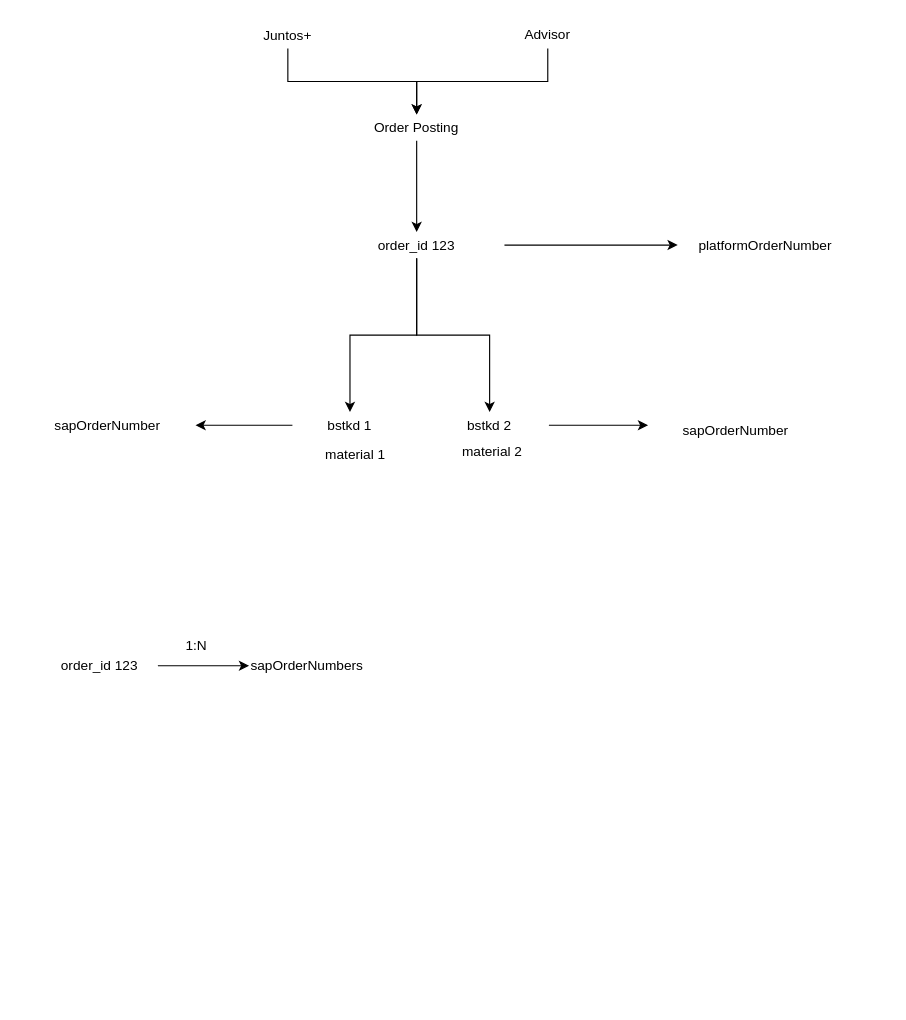
Above: OrderVisibilityTransformation.drawio in marcelatanaka-datascience/diagrams (draw.io), before the change. Source tidied: cells renumbered, new cells numbered last; positions are measured from the earlier drawing's top-left corner, leaving out a move shared by most shapes. Both pictures are drawn from the tidied source at 114%, with x=0, y=0 at pixel (19, 19). Pictures stored in the file or linked from it are replaced by grey dashed boxes.
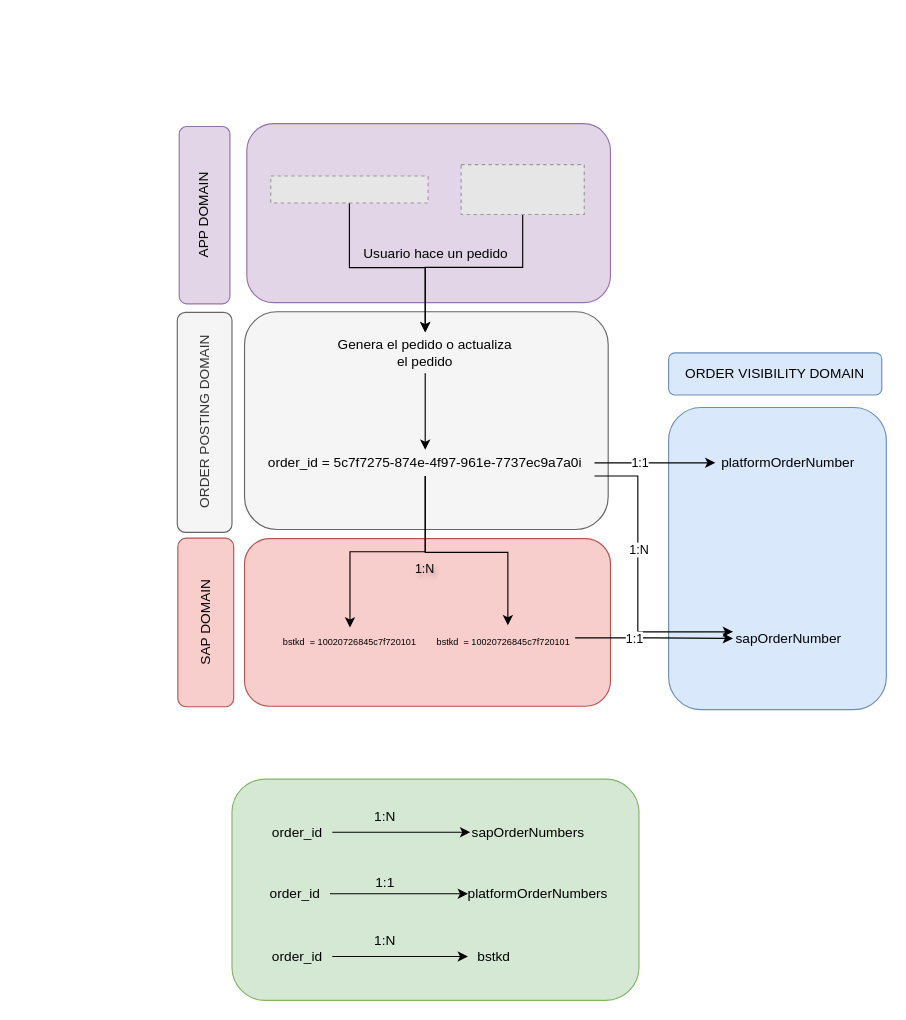
Above is the later version.

The change refers to these unchanged cells:
```xml
<mxCell id="8" style="edgeStyle=orthogonalEdgeStyle;rounded=0;jettySize=auto;html=1;" parent="1" edge="1" source="11" target="12">
  <mxGeometry relative="1" as="geometry" />
</mxCell>
```

Change to the diagram source:
```diff
@@
+    <mxCell id="25" style="rounded=1;whiteSpace=wrap;html=1;fillColor=#e1d5e7;strokeColor=#9673a6;" parent="1" vertex="1">
+      <mxGeometry x="199" y="91" width="319" height="157" as="geometry" />
+    </mxCell>
+    <mxCell id="26" style="rounded=1;whiteSpace=wrap;html=1;fillColor=#d5e8d4;strokeColor=#82b366;" parent="1" vertex="1">
+      <mxGeometry x="186" y="666" width="357" height="194" as="geometry" />
+    </mxCell>
+    <mxCell id="27" style="rounded=1;whiteSpace=wrap;html=1;fillColor=#f8cecc;strokeColor=#b85450;" parent="1" vertex="1">
+      <mxGeometry x="197" y="455" width="321" height="147" as="geometry" />
+    </mxCell>
+    <mxCell id="28" style="rounded=1;whiteSpace=wrap;html=1;fillColor=#f5f5f5;strokeColor=#666666;fontColor=#333333;" parent="1" vertex="1">
+      <mxGeometry x="197" y="256" width="319" height="191" as="geometry" />
+    </mxCell>
+    <mxCell id="29" style="rounded=1;whiteSpace=wrap;html=1;fillColor=#dae8fc;strokeColor=#6c8ebf;" parent="1" vertex="1">
+      <mxGeometry x="569" y="340" width="191" height="265" as="geometry" />
+    </mxCell>
@@
-    <mxCell id="3" value="Order Posting" style="text;html=1;align=center;verticalAlign=middle;whiteSpace=wrap;rounded=0;" parent="1" vertex="1">
-      <mxGeometry x="271" y="83" width="154" height="23" as="geometry" />
+    <mxCell id="3" value="Genera el pedido o actualiza el pedido" style="text;html=1;align=center;verticalAlign=middle;whiteSpace=wrap;rounded=0;" parent="1" vertex="1">
+      <mxGeometry x="278" y="274" width="155" height="36" as="geometry" />
     </mxCell>
-    <mxCell id="4" style="edgeStyle=orthogonalEdgeStyle;rounded=0;jettySize=auto;html=1;" parent="1" edge="1" source="5" target="3">
-      <mxGeometry relative="1" as="geometry" />
-    </mxCell>
-    <mxCell id="5" value="Juntos+" style="text;html=1;align=center;verticalAlign=middle;whiteSpace=wrap;rounded=0;" parent="1" vertex="1">
-      <mxGeometry x="158" y="2" width="154" height="23" as="geometry" />
-    </mxCell>
-    <mxCell id="6" style="edgeStyle=orthogonalEdgeStyle;rounded=0;jettySize=auto;html=1;entryX=0.5;entryY=0;entryDx=0;entryDy=0;" parent="1" edge="1" source="7" target="3">
-      <mxGeometry relative="1" as="geometry" />
-    </mxCell>
-    <mxCell id="7" value="Advisor" style="text;html=1;align=center;verticalAlign=middle;whiteSpace=wrap;rounded=0;" parent="1" vertex="1">
-      <mxGeometry x="386" width="154" height="25" as="geometry" />
-    </mxCell>
@@
+    <mxCell id="30" value="1:1" style="edgeLabel;html=1;align=center;verticalAlign=middle;" parent="8" vertex="1">
+      <mxGeometry x="-0.14" relative="1" as="geometry">
+        <mxPoint x="-7" as="offset" />
+      </mxGeometry>
+    </mxCell>
-    <mxCell id="9" style="edgeStyle=orthogonalEdgeStyle;rounded=0;jettySize=auto;html=1;entryX=0.5;entryY=0;entryDx=0;entryDy=0;exitX=0.5;exitY=1;exitDx=0;exitDy=0;" parent="1" edge="1" source="11" target="14">
+    <mxCell id="9" style="edgeStyle=orthogonalEdgeStyle;rounded=0;jettySize=auto;html=1;" parent="1" edge="1" source="11" target="14">
       <mxGeometry relative="1" as="geometry" />
     </mxCell>
-    <mxCell id="10" style="edgeStyle=orthogonalEdgeStyle;rounded=0;jettySize=auto;html=1;" parent="1" edge="1" source="11" target="16">
-      <mxGeometry relative="1" as="geometry" />
-    </mxCell>
+    <mxCell id="31" style="edgeStyle=orthogonalEdgeStyle;rounded=0;jettySize=auto;html=1;" parent="1" edge="1" source="11" target="44">
+      <mxGeometry relative="1" as="geometry">
+        <Array as="points">
+          <mxPoint x="356" y="467" />
+          <mxPoint x="428" y="467" />
+        </Array>
+      </mxGeometry>
+    </mxCell>
+    <mxCell id="32" style="edgeStyle=orthogonalEdgeStyle;rounded=0;jettySize=auto;html=1;entryX=0;entryY=0.25;entryDx=0;entryDy=0;exitX=1;exitY=1;exitDx=0;exitDy=0;" parent="1" edge="1" source="11" target="20">
+      <mxGeometry relative="1" as="geometry">
+        <Array as="points">
+          <mxPoint x="542" y="400" />
+          <mxPoint x="542" y="537" />
+        </Array>
+      </mxGeometry>
+    </mxCell>
+    <mxCell id="33" value="1:N" style="edgeLabel;html=1;align=center;verticalAlign=middle;" parent="32" vertex="1">
+      <mxGeometry x="-0.2" relative="1" as="geometry" />
+    </mxCell>
-    <mxCell id="11" value="order_id 123" style="text;html=1;align=center;verticalAlign=middle;whiteSpace=wrap;rounded=0;" parent="1" vertex="1">
-      <mxGeometry x="271" y="186" width="154" height="23" as="geometry" />
+    <mxCell id="11" value="order_id =&amp;nbsp;5c7f7275-874e-4f97-961e-7737ec9a7a0i" style="text;html=1;align=center;verticalAlign=middle;whiteSpace=wrap;rounded=0;" parent="1" vertex="1">
+      <mxGeometry x="207" y="377" width="297" height="23" as="geometry" />
     </mxCell>
     <mxCell id="12" value="platformOrderNumber" style="text;html=1;align=center;verticalAlign=middle;whiteSpace=wrap;rounded=0;" parent="1" vertex="1">
-      <mxGeometry x="577" y="186" width="154" height="23" as="geometry" />
+      <mxGeometry x="610" y="377" width="128" height="23" as="geometry" />
     </mxCell>
-    <mxCell id="13" style="edgeStyle=orthogonalEdgeStyle;rounded=0;jettySize=auto;html=1;" parent="1" edge="1" source="14" target="19">
-      <mxGeometry relative="1" as="geometry" />
-    </mxCell>
-    <mxCell id="14" value="bstkd 1" style="text;html=1;align=center;verticalAlign=middle;whiteSpace=wrap;rounded=0;" parent="1" vertex="1">
-      <mxGeometry x="239" y="344" width="101" height="23" as="geometry" />
+    <mxCell id="14" value="&lt;font style=&quot;font-size: 8px;&quot;&gt;bstkd&amp;nbsp; =&amp;nbsp;10020726845c7f720101&lt;/font&gt;" style="text;html=1;align=center;verticalAlign=middle;whiteSpace=wrap;rounded=0;" parent="1" vertex="1">
+      <mxGeometry x="228" y="533" width="123" height="23" as="geometry" />
     </mxCell>
-    <mxCell id="15" style="edgeStyle=orthogonalEdgeStyle;rounded=0;jettySize=auto;html=1;" parent="1" edge="1" source="16" target="20">
-      <mxGeometry relative="1" as="geometry">
-        <Array as="points">
-          <mxPoint x="554" y="358" />
-          <mxPoint x="554" y="356" />
-        </Array>
-      </mxGeometry>
-    </mxCell>
-    <mxCell id="16" value="bstkd 2" style="text;html=1;align=center;verticalAlign=middle;whiteSpace=wrap;rounded=0;" parent="1" vertex="1">
-      <mxGeometry x="360" y="344" width="104" height="23" as="geometry" />
-    </mxCell>
-    <mxCell id="17" value="material 1" style="text;html=1;align=center;verticalAlign=middle;whiteSpace=wrap;rounded=0;" parent="1" vertex="1">
-      <mxGeometry x="243" y="370" width="102.5" height="23" as="geometry" />
-    </mxCell>
-    <mxCell id="18" value="material 2" style="text;html=1;align=center;verticalAlign=middle;whiteSpace=wrap;rounded=0;" parent="1" vertex="1">
-      <mxGeometry x="367" y="367" width="95" height="23" as="geometry" />
-    </mxCell>
-    <mxCell id="19" value="sapOrderNumber" style="text;html=1;align=center;verticalAlign=middle;whiteSpace=wrap;rounded=0;" parent="1" vertex="1">
-      <mxGeometry y="344" width="154" height="23" as="geometry" />
-    </mxCell>
+    <mxCell id="34" style="edgeStyle=orthogonalEdgeStyle;rounded=0;jettySize=auto;html=1;" parent="1" edge="1" source="44" target="20">
+      <mxGeometry relative="1" as="geometry" />
+    </mxCell>
+    <mxCell id="35" value="1:1" style="edgeLabel;html=1;align=center;verticalAlign=middle;" parent="34" vertex="1">
+      <mxGeometry x="-0.09" y="-1" relative="1" as="geometry">
+        <mxPoint x="-12" y="-1" as="offset" />
+      </mxGeometry>
+    </mxCell>
     <mxCell id="20" value="sapOrderNumber" style="text;html=1;align=center;verticalAlign=middle;whiteSpace=wrap;rounded=0;" parent="1" vertex="1">
-      <mxGeometry x="551" y="349" width="154" height="23" as="geometry" />
+      <mxGeometry x="625.5" y="531" width="97" height="23" as="geometry" />
     </mxCell>
@@
-    <mxCell id="22" value="order_id 123" style="text;html=1;align=center;verticalAlign=middle;whiteSpace=wrap;rounded=0;" parent="1" vertex="1">
-      <mxGeometry x="19" y="555" width="102" height="23" as="geometry" />
+    <mxCell id="22" value="order_id" style="text;html=1;align=center;verticalAlign=middle;whiteSpace=wrap;rounded=0;" parent="1" vertex="1">
+      <mxGeometry x="213" y="701" width="61" height="23" as="geometry" />
     </mxCell>
     <mxCell id="23" value="sapOrderNumbers" style="text;html=1;align=center;verticalAlign=middle;whiteSpace=wrap;rounded=0;" parent="1" vertex="1">
-      <mxGeometry x="201" y="555" width="102" height="23" as="geometry" />
+      <mxGeometry x="395" y="701" width="102" height="23" as="geometry" />
     </mxCell>
     <mxCell id="24" value="1:N" style="text;html=1;align=center;verticalAlign=middle;whiteSpace=wrap;rounded=0;" parent="1" vertex="1">
-      <mxGeometry x="104" y="537" width="102" height="23" as="geometry" />
+      <mxGeometry x="300" y="687" width="41" height="23" as="geometry" />
     </mxCell>
+    <mxCell id="36" style="edgeStyle=orthogonalEdgeStyle;rounded=0;jettySize=auto;html=1;entryX=0.5;entryY=0;entryDx=0;entryDy=0;" parent="1" edge="1" source="37" target="3">
+      <mxGeometry relative="1" as="geometry">
+        <Array as="points">
+          <mxPoint x="441" y="217" />
+          <mxPoint x="356" y="217" />
+        </Array>
+      </mxGeometry>
+    </mxCell>
+    <mxCell id="37" style="fillColor=#E6E6E6;strokeColor=#999999;dashed=1;verticalLabelPosition=bottom;labelBackgroundColor=default;verticalAlign=top;" parent="1" vertex="1">
+      <mxGeometry x="387" y="126.9" width="108" height="43.8" as="geometry" />
+    </mxCell>
+    <mxCell id="38" style="edgeStyle=orthogonalEdgeStyle;rounded=0;jettySize=auto;html=1;" parent="1" edge="1" source="39" target="3">
+      <mxGeometry relative="1" as="geometry" />
+    </mxCell>
+    <mxCell id="39" style="fillColor=#E6E6E6;strokeColor=#999999;dashed=1;verticalLabelPosition=bottom;labelBackgroundColor=default;verticalAlign=top;" parent="1" vertex="1">
+      <mxGeometry x="220" y="136.9" width="138" height="23.7" as="geometry" />
+    </mxCell>
+    <mxCell id="40" value="ORDER VISIBILITY DOMAIN" style="rounded=1;whiteSpace=wrap;html=1;fillColor=#dae8fc;strokeColor=#6c8ebf;" parent="1" vertex="1">
+      <mxGeometry x="569" y="292" width="187" height="37" as="geometry" />
+    </mxCell>
+    <mxCell id="41" value="ORDER POSTING DOMAIN" style="rounded=1;whiteSpace=wrap;html=1;fillColor=#f5f5f5;strokeColor=#666666;fontColor=#333333;rotation=-90;" parent="1" vertex="1">
+      <mxGeometry x="65.5" y="329" width="193" height="48" as="geometry" />
+    </mxCell>
+    <mxCell id="42" value="SAP DOMAIN" style="rounded=1;whiteSpace=wrap;html=1;fillColor=#f8cecc;strokeColor=#b85450;rotation=-90;" parent="1" vertex="1">
+      <mxGeometry x="89" y="504" width="148" height="49" as="geometry" />
+    </mxCell>
+    <mxCell id="43" value="1:N" style="edgeLabel;html=1;align=center;verticalAlign=middle;textShadow=1;labelBackgroundColor=none;" parent="1" vertex="1">
+      <mxGeometry x="278" y="475" as="geometry">
+        <mxPoint x="76" y="6" as="offset" />
+      </mxGeometry>
+    </mxCell>
+    <mxCell id="44" value="&lt;span style=&quot;color: rgb(0, 0, 0); font-family: Helvetica; font-size: 8px; font-style: normal; font-variant-ligatures: normal; font-variant-caps: normal; font-weight: 400; letter-spacing: normal; orphans: 2; text-align: center; text-indent: 0px; text-transform: none; widows: 2; word-spacing: 0px; -webkit-text-stroke-width: 0px; white-space: normal; text-decoration-thickness: initial; text-decoration-style: initial; text-decoration-color: initial; float: none; display: inline !important;&quot;&gt;bstkd&amp;nbsp; = 10020726845c7f720101&lt;/span&gt;" style="text;whiteSpace=wrap;html=1;" parent="1" vertex="1">
+      <mxGeometry x="364" y="531" width="123" height="22" as="geometry" />
+    </mxCell>
+    <mxCell id="45" style="edgeStyle=orthogonalEdgeStyle;rounded=0;jettySize=auto;html=1;" parent="1" edge="1" source="46" target="47">
+      <mxGeometry relative="1" as="geometry" />
+    </mxCell>
+    <mxCell id="46" value="order_id" style="text;html=1;align=center;verticalAlign=middle;whiteSpace=wrap;rounded=0;" parent="1" vertex="1">
+      <mxGeometry x="211" y="755" width="61" height="23" as="geometry" />
+    </mxCell>
+    <mxCell id="47" value="platformOrderNumbers" style="text;html=1;align=center;verticalAlign=middle;whiteSpace=wrap;rounded=0;" parent="1" vertex="1">
+      <mxGeometry x="393" y="755" width="123" height="23" as="geometry" />
+    </mxCell>
+    <mxCell id="48" value="1:1" style="text;html=1;align=center;verticalAlign=middle;whiteSpace=wrap;rounded=0;" parent="1" vertex="1">
+      <mxGeometry x="300" y="745" width="41" height="23" as="geometry" />
+    </mxCell>
+    <mxCell id="49" style="edgeStyle=orthogonalEdgeStyle;rounded=0;jettySize=auto;html=1;" parent="1" edge="1" source="50" target="51">
+      <mxGeometry relative="1" as="geometry" />
+    </mxCell>
+    <mxCell id="50" value="order_id" style="text;html=1;align=center;verticalAlign=middle;whiteSpace=wrap;rounded=0;" parent="1" vertex="1">
+      <mxGeometry x="213" y="810" width="61" height="23" as="geometry" />
+    </mxCell>
+    <mxCell id="51" value="bstkd" style="text;html=1;align=center;verticalAlign=middle;whiteSpace=wrap;rounded=0;" parent="1" vertex="1">
+      <mxGeometry x="393" y="810" width="46" height="23" as="geometry" />
+    </mxCell>
+    <mxCell id="52" value="1:N" style="text;html=1;align=center;verticalAlign=middle;whiteSpace=wrap;rounded=0;" parent="1" vertex="1">
+      <mxGeometry x="300" y="796" width="41" height="23" as="geometry" />
+    </mxCell>
+    <mxCell id="53" value="APP DOMAIN" style="rounded=1;whiteSpace=wrap;html=1;fillColor=#e1d5e7;strokeColor=#9673a6;rotation=-90;" parent="1" vertex="1">
+      <mxGeometry x="84.2" y="149" width="155.5" height="44.5" as="geometry" />
+    </mxCell>
+    <mxCell id="54" value="Usuario hace un pedido" style="text;html=1;align=center;verticalAlign=middle;whiteSpace=wrap;rounded=0;" parent="1" vertex="1">
+      <mxGeometry x="295.5" y="187" width="138" height="36" as="geometry" />
+    </mxCell>
```
